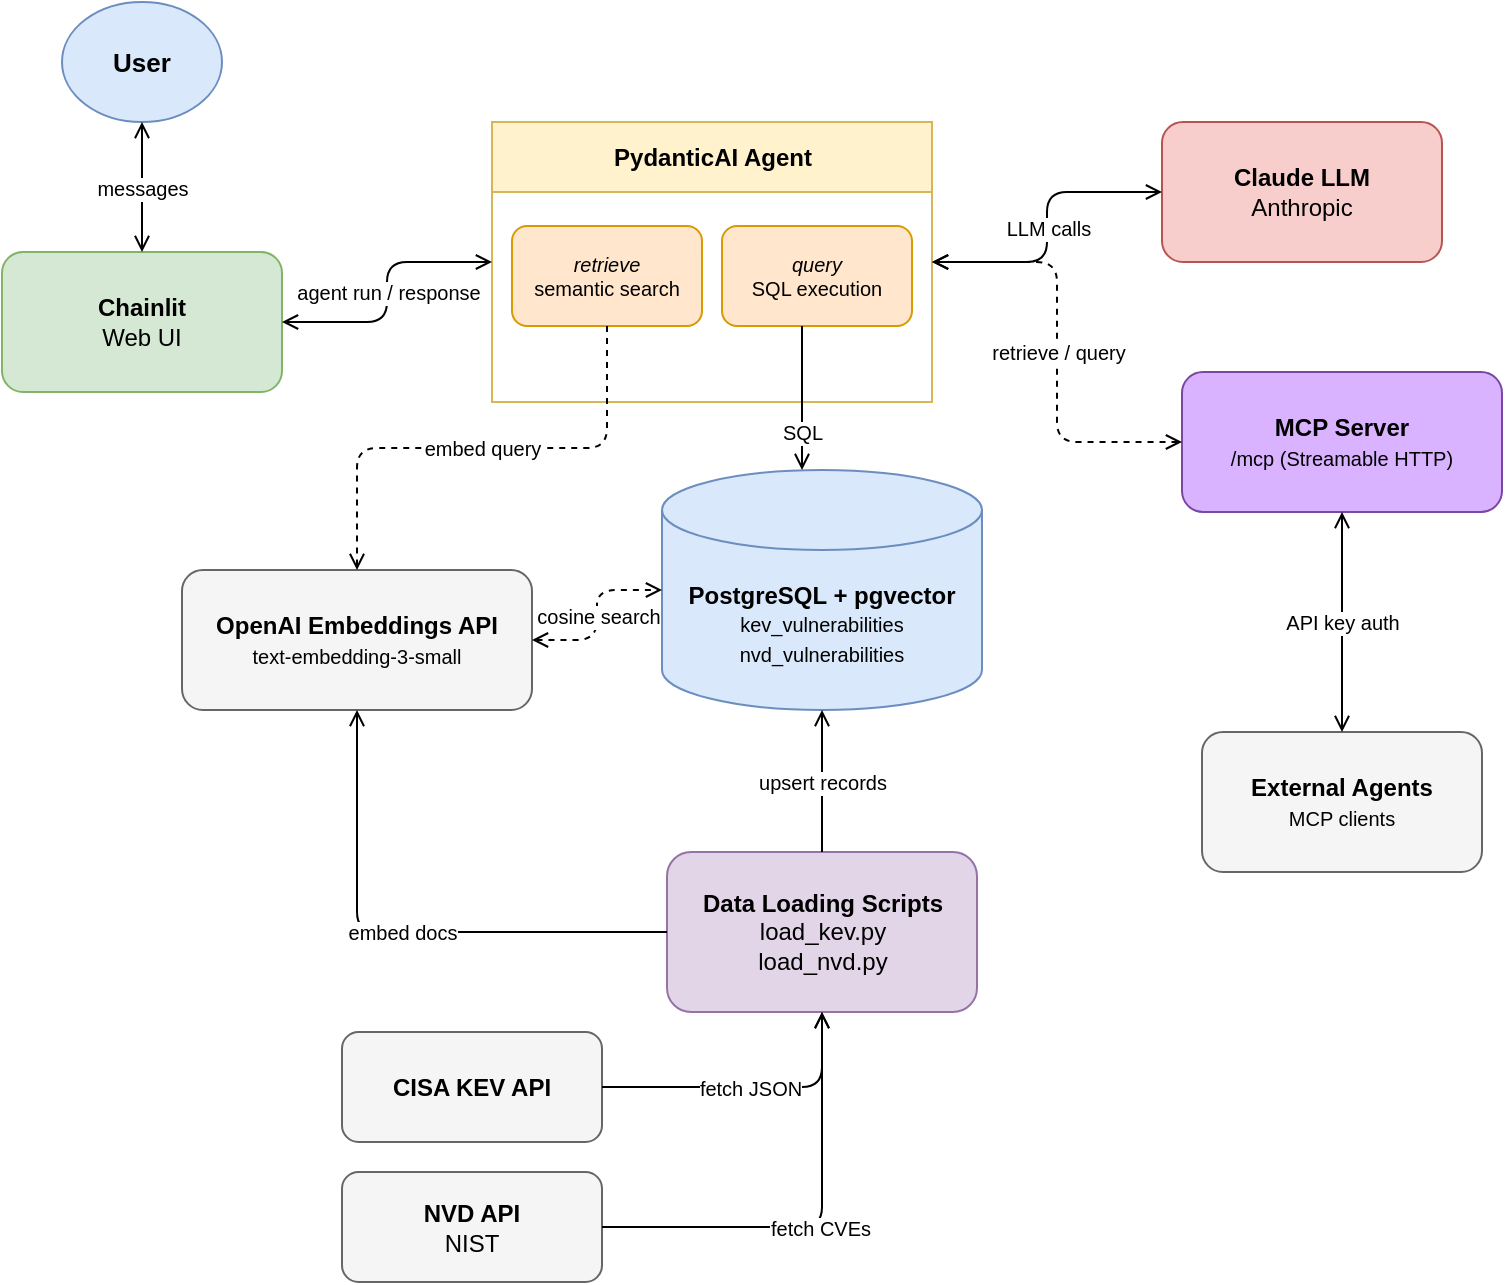
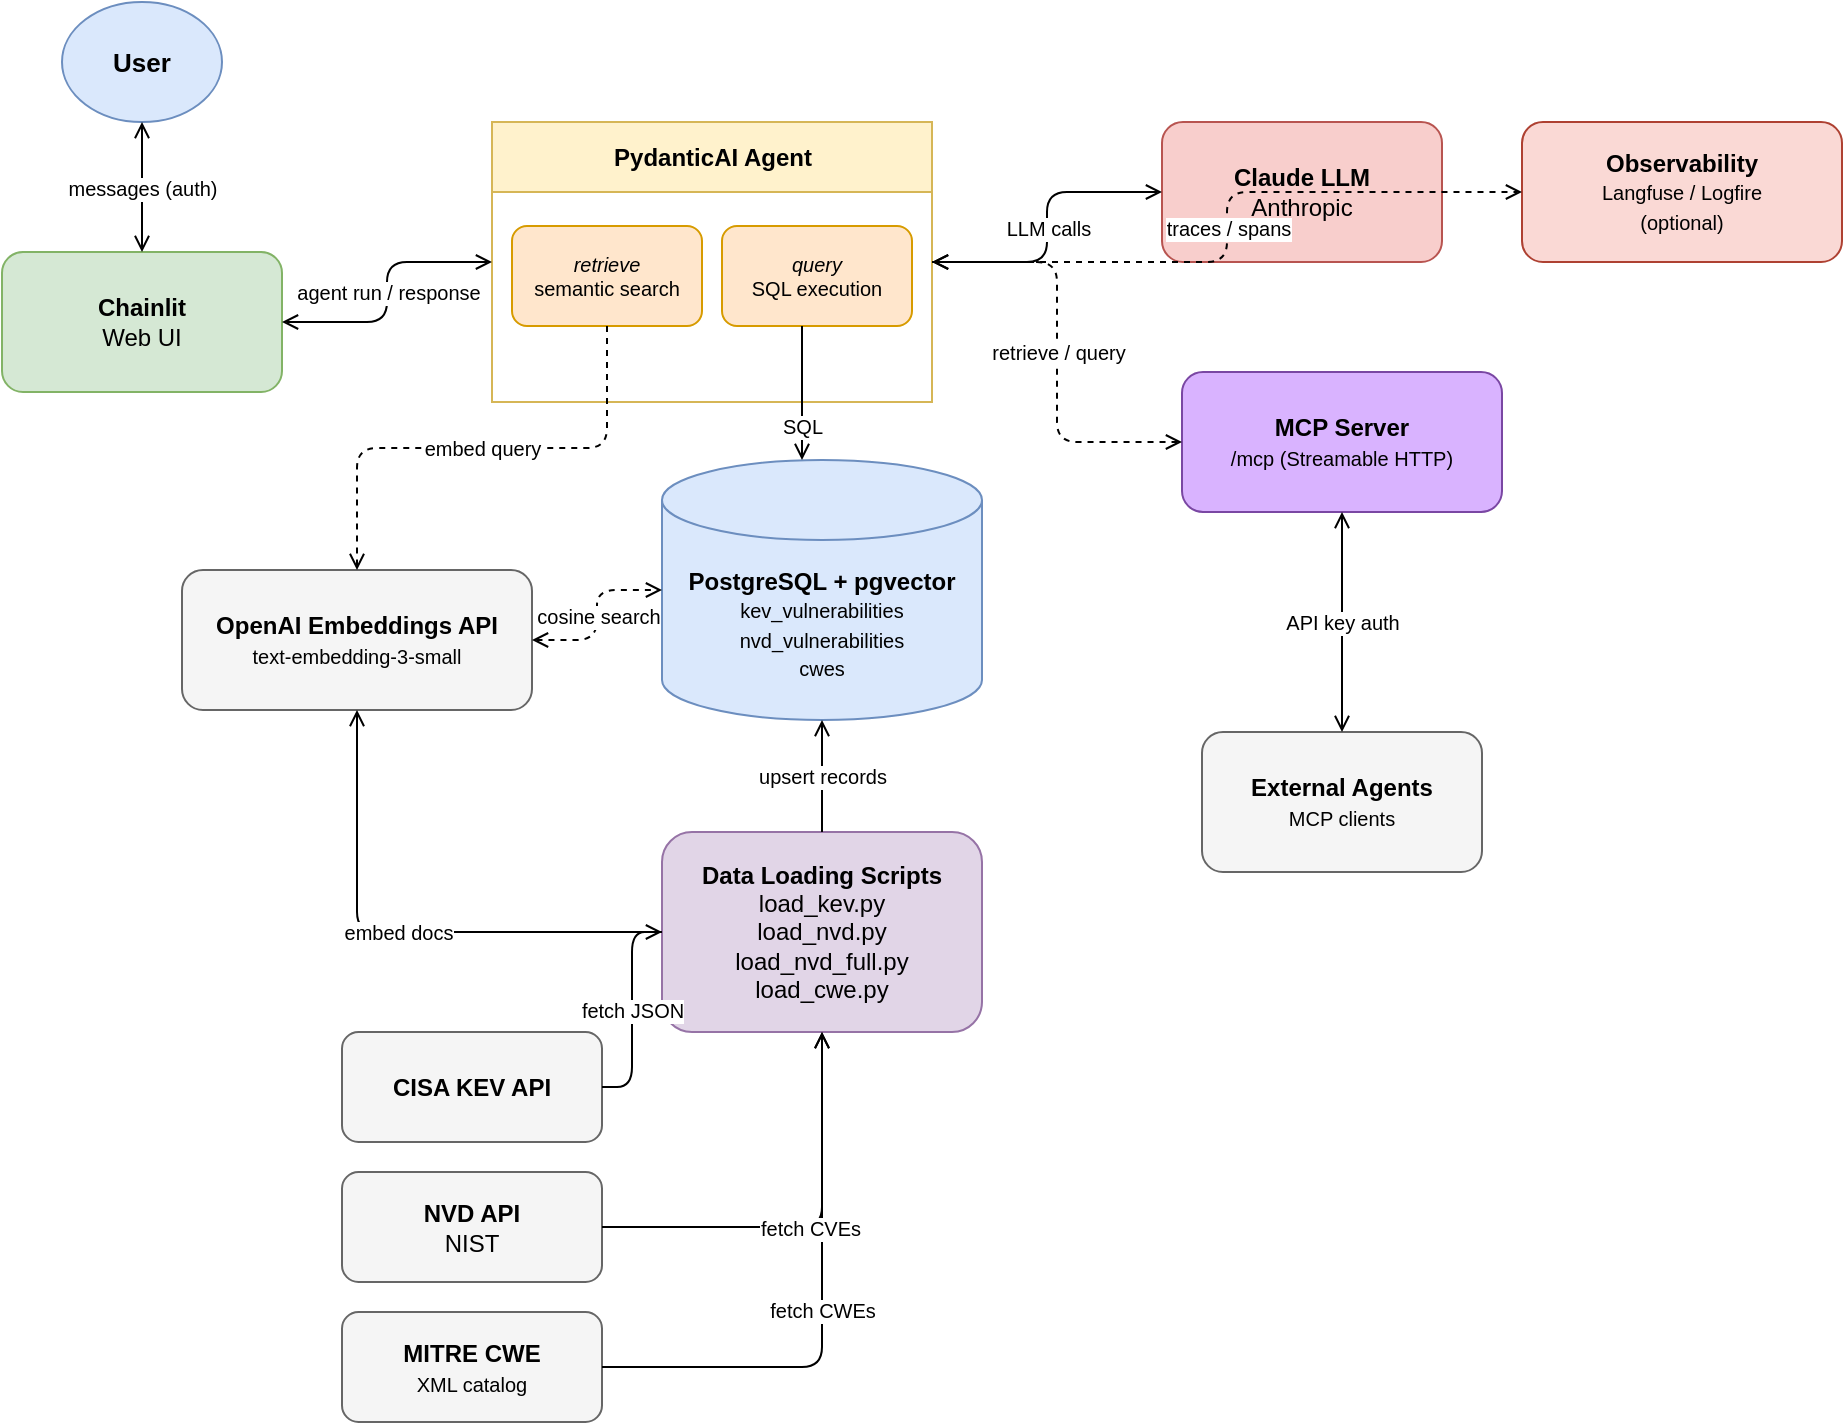
<mxfile host="Electron" agent="Mozilla/5.0 (Macintosh; Intel Mac OS X 10_15_7) AppleWebKit/537.36 (KHTML, like Gecko) draw.io/29.5.2 Chrome/142.0.7444.265 Electron/39.6.1 Safari/537.36">
  <diagram id="aTa67jBwMQSRAFFKcZpl" name="Page-1">
    <mxGraphModel dx="1006" dy="749" grid="1" gridSize="10" guides="1" tooltips="1" connect="1" arrows="1" fold="1" page="1" pageScale="1" pageWidth="1300" pageHeight="900" math="0" shadow="0">
      <root>
        <mxCell id="0" />
        <mxCell id="1" parent="0" />
        <mxCell id="10" parent="1" style="ellipse;whiteSpace=wrap;html=1;fillColor=#dae8fc;strokeColor=#6c8ebf;fontColor=#000000;fontSize=13;" value="&lt;b&gt;User&lt;/b&gt;" vertex="1">
          <mxGeometry height="60" width="80" x="170" y="95" as="geometry" />
        </mxCell>
        <mxCell id="20" parent="1" style="rounded=1;whiteSpace=wrap;html=1;fillColor=#d5e8d4;strokeColor=#82b366;fontColor=#000000;arcSize=15;" value="&lt;b&gt;Chainlit&lt;/b&gt;&lt;br&gt;Web UI" vertex="1">
          <mxGeometry height="70" width="140" x="140" y="220" as="geometry" />
        </mxCell>
        <mxCell id="30" parent="1" style="swimlane;startSize=35;html=1;fillColor=#fff2cc;strokeColor=#d6b656;fontColor=#000000;fontSize=12;" value="&lt;b&gt;PydanticAI Agent&lt;/b&gt;" vertex="1">
          <mxGeometry height="140" width="220" x="385" y="155" as="geometry" />
        </mxCell>
        <mxCell id="31" parent="30" style="rounded=1;whiteSpace=wrap;html=1;fillColor=#ffe6cc;strokeColor=#d79b00;fontColor=#000000;fontSize=10;" value="&lt;i&gt;retrieve&lt;/i&gt;&lt;br&gt;semantic search" vertex="1">
          <mxGeometry height="50" width="95" x="10" y="52" as="geometry" />
        </mxCell>
        <mxCell id="32" parent="30" style="rounded=1;whiteSpace=wrap;html=1;fillColor=#ffe6cc;strokeColor=#d79b00;fontColor=#000000;fontSize=10;" value="&lt;i&gt;query&lt;/i&gt;&lt;br&gt;SQL execution" vertex="1">
          <mxGeometry height="50" width="95" x="115" y="52" as="geometry" />
        </mxCell>
        <mxCell id="40" parent="1" style="rounded=1;whiteSpace=wrap;html=1;fillColor=#f8cecc;strokeColor=#b85450;fontColor=#000000;arcSize=15;" value="&lt;b&gt;Claude LLM&lt;/b&gt;&lt;br&gt;Anthropic" vertex="1">
          <mxGeometry height="70" width="140" x="720" y="155" as="geometry" />
        </mxCell>
-         <mxCell id="60" parent="1" style="shape=cylinder3;whiteSpace=wrap;html=1;boundedLbl=1;backgroundOutline=1;size=20;fillColor=#dae8fc;strokeColor=#6c8ebf;fontColor=#000000;" value="&lt;b&gt;PostgreSQL + pgvector&lt;/b&gt;&lt;br&gt;&lt;font style=&quot;font-size:10px;&quot;&gt;kev_vulnerabilities&lt;br&gt;nvd_vulnerabilities&lt;/font&gt;" vertex="1">
-           <mxGeometry height="120" width="160" x="470" y="329" as="geometry" />
+         <mxCell id="60" parent="1" style="shape=cylinder3;whiteSpace=wrap;html=1;boundedLbl=1;backgroundOutline=1;size=20;fillColor=#dae8fc;strokeColor=#6c8ebf;fontColor=#000000;" value="&lt;b&gt;PostgreSQL + pgvector&lt;/b&gt;&lt;br&gt;&lt;font style=&quot;font-size:10px;&quot;&gt;kev_vulnerabilities&lt;br&gt;nvd_vulnerabilities&lt;br&gt;cwes&lt;/font&gt;" vertex="1">
+           <mxGeometry height="130" width="160" x="470" y="324" as="geometry" />
        </mxCell>
        <mxCell id="50" parent="1" style="rounded=1;whiteSpace=wrap;html=1;fillColor=#f5f5f5;strokeColor=#666666;fontColor=#000000;arcSize=15;" value="&lt;b&gt;OpenAI Embeddings API&lt;/b&gt;&lt;br&gt;&lt;font style=&quot;font-size:10px;&quot;&gt;text-embedding-3-small&lt;/font&gt;" vertex="1">
          <mxGeometry height="70" width="175" x="230" y="379" as="geometry" />
        </mxCell>
-         <mxCell id="70" parent="1" style="rounded=1;whiteSpace=wrap;html=1;fillColor=#e1d5e7;strokeColor=#9673a6;fontColor=#000000;arcSize=15;" value="&lt;b&gt;Data Loading Scripts&lt;/b&gt;&lt;br&gt;load_kev.py&lt;br&gt;load_nvd.py" vertex="1">
-           <mxGeometry height="80" width="155" x="472.5" y="520" as="geometry" />
+         <mxCell id="70" parent="1" style="rounded=1;whiteSpace=wrap;html=1;fillColor=#e1d5e7;strokeColor=#9673a6;fontColor=#000000;arcSize=15;" value="&lt;b&gt;Data Loading Scripts&lt;/b&gt;&lt;br&gt;load_kev.py&lt;br&gt;load_nvd.py&lt;br&gt;load_nvd_full.py&lt;br&gt;load_cwe.py" vertex="1">
+           <mxGeometry height="100" width="160" x="470" y="510" as="geometry" />
        </mxCell>
        <mxCell id="80" parent="1" style="rounded=1;whiteSpace=wrap;html=1;fillColor=#f5f5f5;strokeColor=#666666;fontColor=#000000;" value="&lt;b&gt;CISA KEV API&lt;/b&gt;" vertex="1">
          <mxGeometry height="55" width="130" x="310" y="610" as="geometry" />
        </mxCell>
        <mxCell id="90" parent="1" style="rounded=1;whiteSpace=wrap;html=1;fillColor=#f5f5f5;strokeColor=#666666;fontColor=#000000;" value="&lt;b&gt;NVD API&lt;/b&gt;&lt;br&gt;NIST" vertex="1">
          <mxGeometry height="55" width="130" x="310" y="680" as="geometry" />
        </mxCell>
        <mxCell id="110" parent="1" style="rounded=1;whiteSpace=wrap;html=1;fillColor=#d9b3ff;strokeColor=#7a47a3;fontColor=#000000;arcSize=15;" value="&lt;b&gt;MCP Server&lt;/b&gt;&lt;br&gt;&lt;font style=&quot;font-size:10px;&quot;&gt;/mcp (Streamable HTTP)&lt;/font&gt;" vertex="1">
          <mxGeometry height="70" width="160" x="730" y="280" as="geometry" />
        </mxCell>
        <mxCell id="111" parent="1" style="rounded=1;whiteSpace=wrap;html=1;fillColor=#f5f5f5;strokeColor=#666666;fontColor=#000000;arcSize=15;" value="&lt;b&gt;External Agents&lt;/b&gt;&lt;br&gt;&lt;font style=&quot;font-size:10px;&quot;&gt;MCP clients&lt;/font&gt;" vertex="1">
          <mxGeometry height="70" width="140" x="740" y="460" as="geometry" />
        </mxCell>
-         <mxCell id="100" edge="1" parent="1" source="10" style="edgeStyle=orthogonalEdgeStyle;html=1;fontSize=10;startArrow=open;startFill=0;endArrow=open;endFill=0;" target="20" value="messages">
+         <mxCell id="91" parent="1" style="rounded=1;whiteSpace=wrap;html=1;fillColor=#f5f5f5;strokeColor=#666666;fontColor=#000000;" value="&lt;b&gt;MITRE CWE&lt;/b&gt;&lt;br&gt;&lt;font style=&quot;font-size:10px;&quot;&gt;XML catalog&lt;/font&gt;" vertex="1">
+           <mxGeometry height="55" width="130" x="310" y="750" as="geometry" />
+         </mxCell>
+         <mxCell id="120" parent="1" style="rounded=1;whiteSpace=wrap;html=1;fillColor=#fad9d5;strokeColor=#ae4132;fontColor=#000000;arcSize=15;" value="&lt;b&gt;Observability&lt;/b&gt;&lt;br&gt;&lt;font style=&quot;font-size:10px;&quot;&gt;Langfuse / Logfire&lt;br&gt;(optional)&lt;/font&gt;" vertex="1">
+           <mxGeometry height="70" width="160" x="900" y="155" as="geometry" />
+         </mxCell>
+         <mxCell id="121" edge="1" parent="1" source="91" style="edgeStyle=orthogonalEdgeStyle;html=1;fontSize=10;endArrow=open;endFill=0;" target="70" value="fetch CWEs">
+           <mxGeometry relative="1" as="geometry" />
+         </mxCell>
+         <mxCell id="122" edge="1" parent="1" source="30" style="edgeStyle=orthogonalEdgeStyle;html=1;fontSize=10;dashed=1;endArrow=open;endFill=0;" target="120" value="traces / spans">
+           <mxGeometry relative="1" as="geometry" />
+         </mxCell>
+         <mxCell id="100" edge="1" parent="1" source="10" style="edgeStyle=orthogonalEdgeStyle;html=1;fontSize=10;startArrow=open;startFill=0;endArrow=open;endFill=0;" target="20" value="messages (auth)">
          <mxGeometry relative="1" as="geometry" />
        </mxCell>
        <mxCell id="101" edge="1" parent="1" source="20" style="edgeStyle=orthogonalEdgeStyle;html=1;fontSize=10;startArrow=open;startFill=0;endArrow=open;endFill=0;" target="30" value="agent run / response">
          <mxGeometry relative="1" as="geometry" />
        </mxCell>
        <mxCell id="102" edge="1" parent="1" source="30" style="edgeStyle=orthogonalEdgeStyle;html=1;fontSize=10;startArrow=open;startFill=0;endArrow=open;endFill=0;" target="40" value="LLM calls">
          <mxGeometry relative="1" as="geometry" />
        </mxCell>
        <mxCell id="103" edge="1" parent="1" source="31" style="edgeStyle=orthogonalEdgeStyle;html=1;fontSize=10;dashed=1;endArrow=open;endFill=0;" target="50" value="embed query">
          <mxGeometry relative="1" as="geometry" />
        </mxCell>
        <mxCell id="104" edge="1" parent="1" source="50" style="edgeStyle=orthogonalEdgeStyle;html=1;fontSize=10;dashed=1;startArrow=open;startFill=0;endArrow=open;endFill=0;" target="60" value="cosine search">
          <mxGeometry relative="1" as="geometry" />
        </mxCell>
        <mxCell id="105" edge="1" parent="1" source="32" style="edgeStyle=orthogonalEdgeStyle;html=1;fontSize=10;endArrow=open;endFill=0;" target="60" value="SQL">
          <mxGeometry relative="1" x="0.4722" as="geometry">
            <mxPoint as="offset" />
            <Array as="points">
              <mxPoint x="540" y="290" />
              <mxPoint x="540" y="290" />
            </Array>
          </mxGeometry>
        </mxCell>
        <mxCell id="107" edge="1" parent="1" source="70" style="edgeStyle=orthogonalEdgeStyle;html=1;fontSize=10;endArrow=open;endFill=0;" target="60" value="upsert records">
          <mxGeometry relative="1" as="geometry" />
        </mxCell>
        <mxCell id="106" edge="1" parent="1" source="70" style="edgeStyle=orthogonalEdgeStyle;html=1;fontSize=10;endArrow=open;endFill=0;" target="50" value="embed docs">
          <mxGeometry relative="1" as="geometry" />
        </mxCell>
        <mxCell id="108" edge="1" parent="1" source="80" style="edgeStyle=orthogonalEdgeStyle;html=1;fontSize=10;endArrow=open;endFill=0;" target="70" value="fetch JSON">
          <mxGeometry relative="1" as="geometry" />
        </mxCell>
        <mxCell id="109" edge="1" parent="1" source="90" style="edgeStyle=orthogonalEdgeStyle;html=1;fontSize=10;endArrow=open;endFill=0;" target="70" value="fetch CVEs">
          <mxGeometry relative="1" as="geometry" />
        </mxCell>
        <mxCell id="112" edge="1" parent="1" source="111" style="edgeStyle=orthogonalEdgeStyle;html=1;fontSize=10;startArrow=open;startFill=0;endArrow=open;endFill=0;" target="110" value="API key auth">
          <mxGeometry relative="1" as="geometry" />
        </mxCell>
        <mxCell id="113" edge="1" parent="1" source="110" style="edgeStyle=orthogonalEdgeStyle;html=1;fontSize=10;dashed=1;startArrow=open;startFill=0;endArrow=open;endFill=0;" target="30" value="retrieve / query">
          <mxGeometry relative="1" as="geometry" />
        </mxCell>
      </root>
    </mxGraphModel>
  </diagram>
</mxfile>
